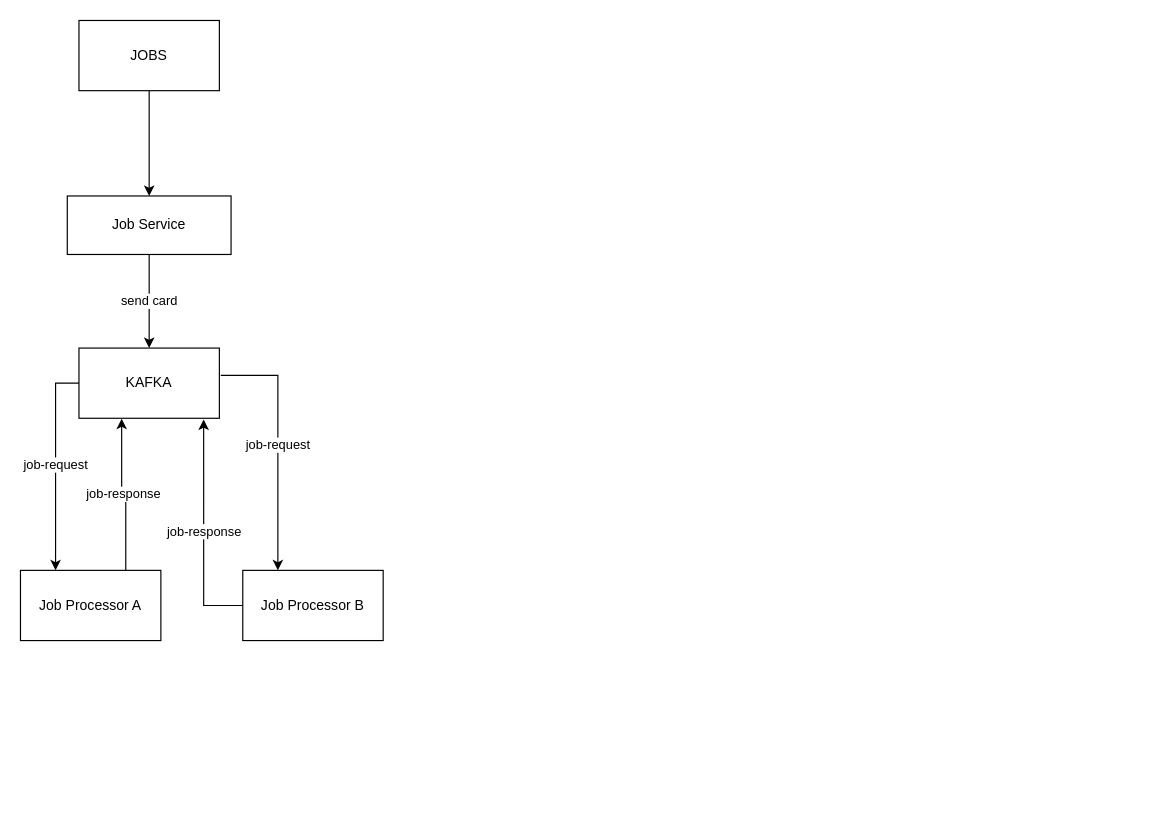
The draw.io diagram scp-job-service;scp-job-processor;kafka.drawio in Ifejeremiah/diagrams.io, before the edit. Source tidied: cells renumbered, new cells numbered last; positions are measured from the earlier drawing's top-left corner, leaving out a move shared by most shapes. Both pictures are drawn from the tidied source at 117%, with x=0, y=0 at pixel (20, 20).
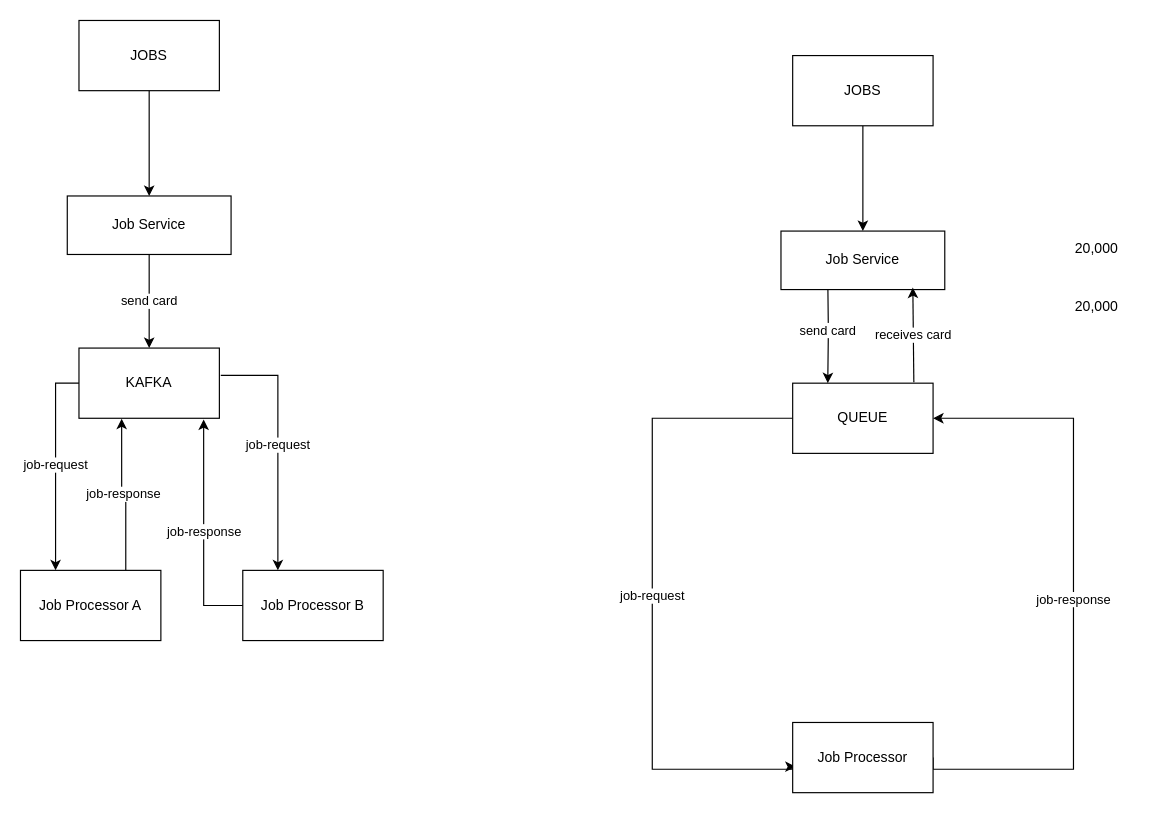
The same diagram, later.

The edit, as a diff of the source:
```diff
@@
+    <mxCell id="13" value="send card" style="edgeStyle=orthogonalEdgeStyle;rounded=0;jettySize=auto;html=1;entryX=0.25;entryY=0;entryDx=0;entryDy=0;" parent="1" edge="1" target="16">
+      <mxGeometry relative="1" as="geometry">
+        <mxPoint x="690" y="220" as="sourcePoint" />
+      </mxGeometry>
+    </mxCell>
+    <mxCell id="14" value="Job Service" style="rounded=0;whiteSpace=wrap;html=1;" parent="1" vertex="1">
+      <mxGeometry x="650" y="180" width="140" height="50" as="geometry" />
+    </mxCell>
+    <mxCell id="15" value="job-request" style="edgeStyle=orthogonalEdgeStyle;rounded=0;jettySize=auto;html=1;exitX=0;exitY=0.5;exitDx=0;exitDy=0;entryX=0.022;entryY=0.63;entryDx=0;entryDy=0;entryPerimeter=0;" parent="1" edge="1" source="16" target="20">
+      <mxGeometry relative="1" as="geometry">
+        <Array as="points">
+          <mxPoint x="540" y="340" />
+          <mxPoint x="540" y="640" />
+          <mxPoint x="660" y="640" />
+          <mxPoint x="660" y="638" />
+        </Array>
+      </mxGeometry>
+    </mxCell>
+    <mxCell id="16" value="QUEUE" style="whiteSpace=wrap;html=1;rounded=0;" parent="1" vertex="1">
+      <mxGeometry x="660" y="310" width="120" height="60" as="geometry" />
+    </mxCell>
+    <mxCell id="17" style="edgeStyle=orthogonalEdgeStyle;rounded=0;jettySize=auto;html=1;" parent="1" edge="1" source="18" target="14">
+      <mxGeometry relative="1" as="geometry" />
+    </mxCell>
+    <mxCell id="18" value="JOBS" style="whiteSpace=wrap;html=1;rounded=0;" parent="1" vertex="1">
+      <mxGeometry x="660" y="30" width="120" height="60" as="geometry" />
+    </mxCell>
+    <mxCell id="19" value="job-response" style="edgeStyle=orthogonalEdgeStyle;rounded=0;jettySize=auto;html=1;exitX=1;exitY=0.5;exitDx=0;exitDy=0;" parent="1" edge="1" source="20">
+      <mxGeometry relative="1" as="geometry">
+        <mxPoint x="780" y="340" as="targetPoint" />
+        <Array as="points">
+          <mxPoint x="780" y="640" />
+          <mxPoint x="900" y="640" />
+          <mxPoint x="900" y="340" />
+        </Array>
+      </mxGeometry>
+    </mxCell>
+    <mxCell id="20" value="Job Processor" style="whiteSpace=wrap;html=1;rounded=0;" parent="1" vertex="1">
+      <mxGeometry x="660" y="600" width="120" height="60" as="geometry" />
+    </mxCell>
+    <mxCell id="21" value="receives card" style="endArrow=classic;html=1;rounded=0;entryX=0.805;entryY=0.966;entryDx=0;entryDy=0;entryPerimeter=0;exitX=0.863;exitY=-0.013;exitDx=0;exitDy=0;exitPerimeter=0;" parent="1" edge="1" source="16" target="14">
+      <mxGeometry relative="1" as="geometry" />
+    </mxCell>
+    <mxCell id="22" value="20,000" style="text;html=1;align=center;verticalAlign=middle;whiteSpace=wrap;rounded=0;" parent="1" vertex="1">
+      <mxGeometry x="890" y="180" width="60" height="30" as="geometry" />
+    </mxCell>
+    <mxCell id="23" value="20,000" style="text;html=1;align=center;verticalAlign=middle;whiteSpace=wrap;rounded=0;" parent="1" vertex="1">
+      <mxGeometry x="890" y="230" width="60" height="30" as="geometry" />
+    </mxCell>
```
